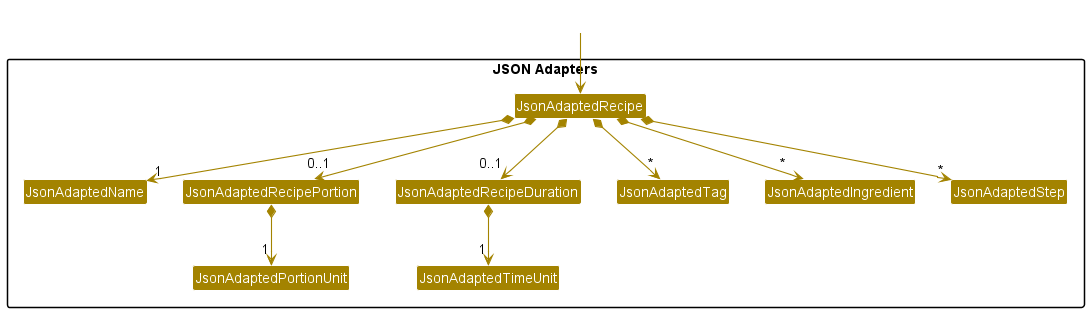
The PlantUML diagram docs/images/JsonAdaptersDiagram.png in nus-cs2103-AY2223S2/tp, before a commit.
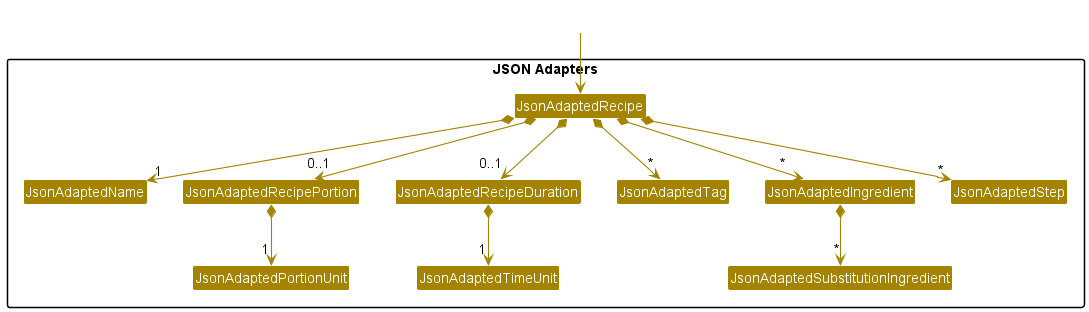
After the change.

Commit message:
Update JSON adapters diagram to reflect new implementation of JsonAdaptedIngredient

Change to the diagram source:
```diff
@@ -13,6 +13,7 @@
 Class JsonAdaptedTimeUnit
 Class JsonAdaptedTag
 Class JsonAdaptedIngredient
+Class JsonAdaptedSubstitutionIngredient
 Class JsonAdaptedStep
 }
 
@@ -26,6 +27,7 @@
 JsonAdaptedRecipeDuration *--> "1" JsonAdaptedTimeUnit
 JsonAdaptedRecipe *--> "*" JsonAdaptedTag
 JsonAdaptedRecipe *--> "*" JsonAdaptedIngredient
+JsonAdaptedIngredient *--> "*" JsonAdaptedSubstitutionIngredient
 JsonAdaptedRecipe *--> "*" JsonAdaptedStep
 
 @enduml
```
